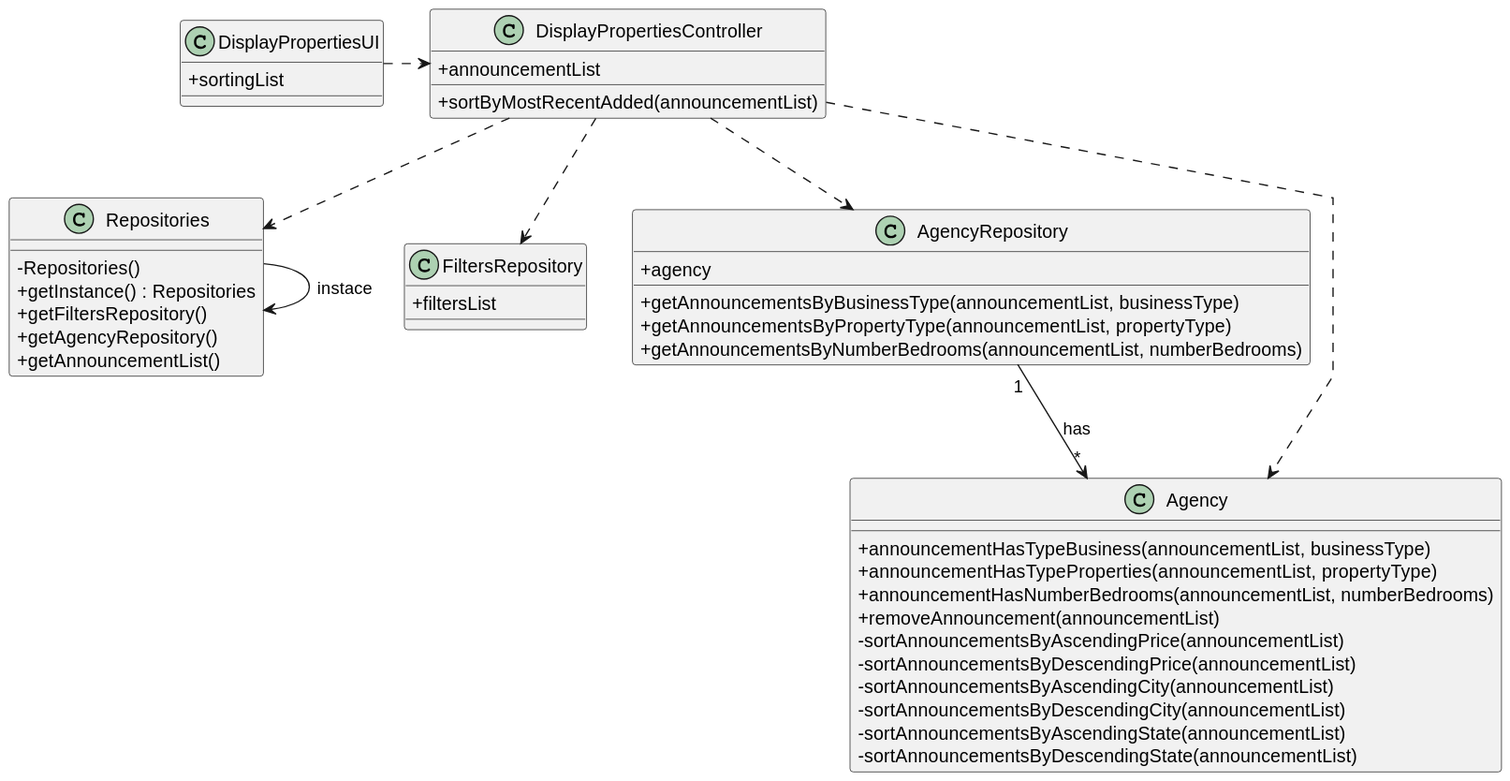
rita-barbosa/LAPR2-2223 keeps this PlantUML diagram as docs/sprintB/us001/03.design/svg/us001-class-diagram.svg. Above is the earlier version. The source it was exported from:
```plantuml
@startuml
skinparam packageStyle rectangle
skinparam shadowing false
skinparam linetype polyline

skinparam classAttributeIconSize 0

class DisplayPropertiesUI {
+sortingList
}

class DisplayPropertiesController {
+announcementList

+sortByMostRecentAdded(announcementList)
}

class Repositories {
    - Repositories()
    + getInstance() : Repositories
    + getFiltersRepository()
    + getAgencyRepository()
    + getAnnouncementList()

}

class FiltersRepository {
+filtersList
}

class AgencyRepository{
+agency

+getAnnouncementsByBusinessType(announcementList, businessType)
+getAnnouncementsByPropertyType(announcementList, propertyType)
+getAnnouncementsByNumberBedrooms(announcementList, numberBedrooms)

}

class Agency{
+announcementHasTypeBusiness(announcementList, businessType)
+announcementHasTypeProperties(announcementList, propertyType)
+announcementHasNumberBedrooms(announcementList, numberBedrooms)
+removeAnnouncement(announcementList)
-sortAnnouncementsByAscendingPrice(announcementList)
-sortAnnouncementsByDescendingPrice(announcementList)
-sortAnnouncementsByAscendingCity(announcementList)
-sortAnnouncementsByDescendingCity(announcementList)
-sortAnnouncementsByAscendingState(announcementList)
-sortAnnouncementsByDescendingState(announcementList)
}


DisplayPropertiesUI .> DisplayPropertiesController
DisplayPropertiesController ..> Repositories
DisplayPropertiesController ..> FiltersRepository
DisplayPropertiesController ..> AgencyRepository
DisplayPropertiesController ..> Agency

Repositories -> Repositories : instace
AgencyRepository "1" --> "*" Agency : has
@enduml
```
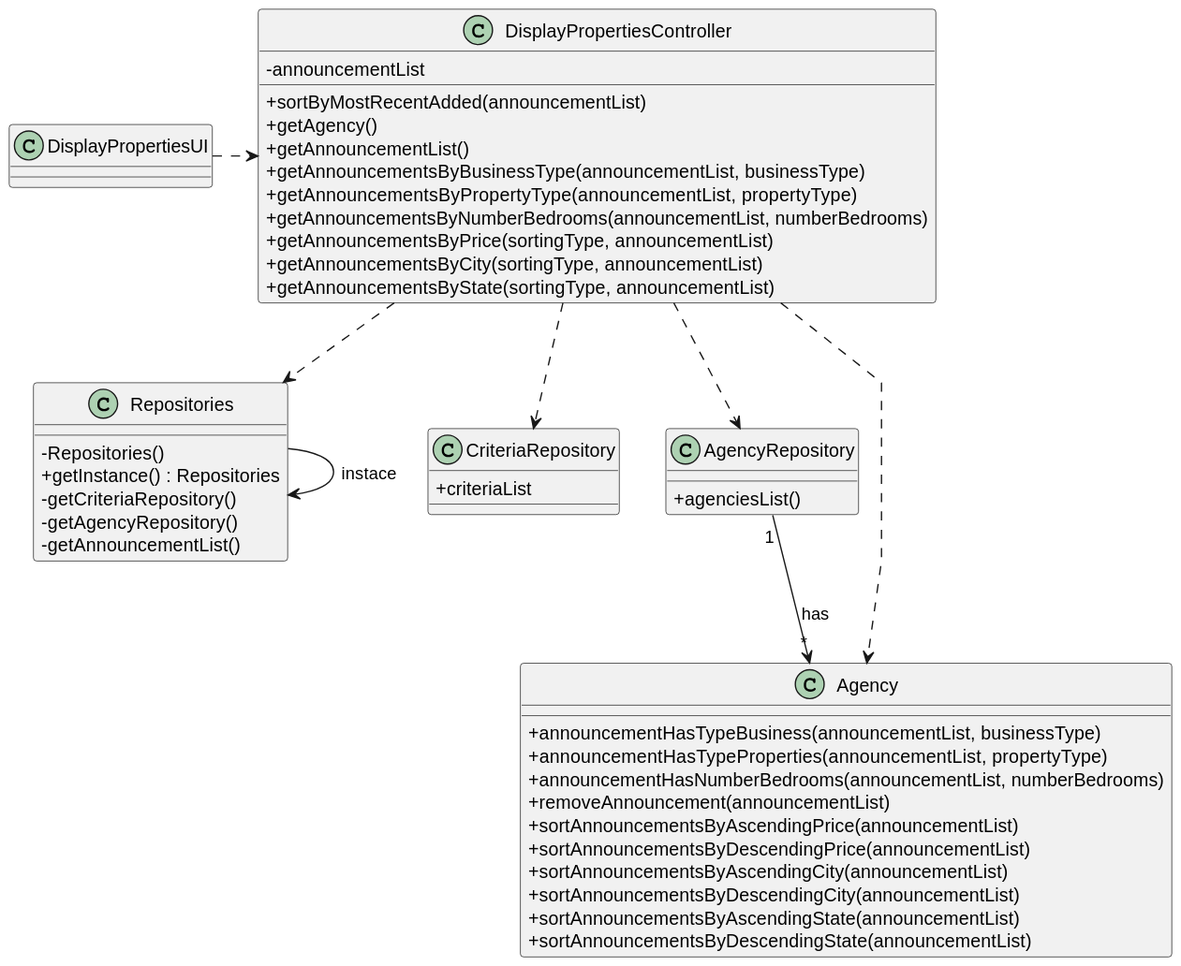
Above is the later version.

What changed in the source:
```diff
@@ -6,34 +6,37 @@
 skinparam classAttributeIconSize 0
 
 class DisplayPropertiesUI {
-+sortingList
 }
 
 class DisplayPropertiesController {
-+announcementList
+-announcementList
 
 +sortByMostRecentAdded(announcementList)
++getAgency()
++getAnnouncementList()
++getAnnouncementsByBusinessType(announcementList, businessType)
++getAnnouncementsByPropertyType(announcementList, propertyType)
++getAnnouncementsByNumberBedrooms(announcementList, numberBedrooms)
++getAnnouncementsByPrice(sortingType, announcementList)
++getAnnouncementsByCity(sortingType, announcementList)
++getAnnouncementsByState(sortingType, announcementList)
 }
 
 class Repositories {
     - Repositories()
     + getInstance() : Repositories
-    + getFiltersRepository()
-    + getAgencyRepository()
-    + getAnnouncementList()
+    - getCriteriaRepository()
+    - getAgencyRepository()
+    - getAnnouncementList()
 
 }
 
-class FiltersRepository {
-+filtersList
+class CriteriaRepository {
++criteriaList
 }
 
 class AgencyRepository{
-+agency
-
-+getAnnouncementsByBusinessType(announcementList, businessType)
-+getAnnouncementsByPropertyType(announcementList, propertyType)
-+getAnnouncementsByNumberBedrooms(announcementList, numberBedrooms)
++agenciesList()
 
 }
 
@@ -42,18 +45,18 @@
 +announcementHasTypeProperties(announcementList, propertyType)
 +announcementHasNumberBedrooms(announcementList, numberBedrooms)
 +removeAnnouncement(announcementList)
--sortAnnouncementsByAscendingPrice(announcementList)
--sortAnnouncementsByDescendingPrice(announcementList)
--sortAnnouncementsByAscendingCity(announcementList)
--sortAnnouncementsByDescendingCity(announcementList)
--sortAnnouncementsByAscendingState(announcementList)
--sortAnnouncementsByDescendingState(announcementList)
++sortAnnouncementsByAscendingPrice(announcementList)
++sortAnnouncementsByDescendingPrice(announcementList)
++sortAnnouncementsByAscendingCity(announcementList)
++sortAnnouncementsByDescendingCity(announcementList)
++sortAnnouncementsByAscendingState(announcementList)
++sortAnnouncementsByDescendingState(announcementList)
 }
 
 
 DisplayPropertiesUI .> DisplayPropertiesController
 DisplayPropertiesController ..> Repositories
-DisplayPropertiesController ..> FiltersRepository
+DisplayPropertiesController ..> CriteriaRepository
 DisplayPropertiesController ..> AgencyRepository
 DisplayPropertiesController ..> Agency
 
```
